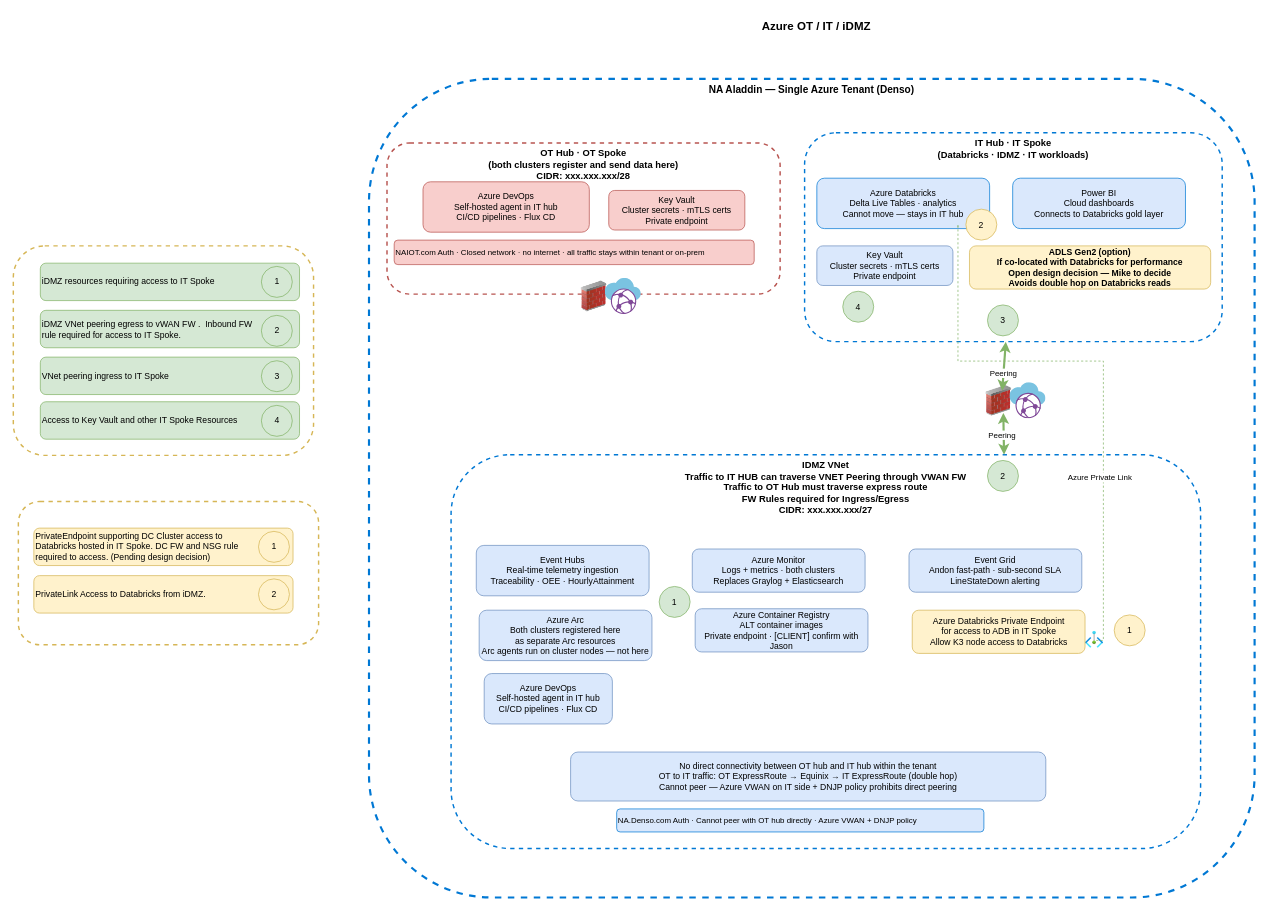
The draw.io diagram page "Data Flow iDMZ - IT" (3 of 3) of Cluster-Network-Topology.drawio in avinashr-insight/manufacturing-iot, before the edit. Source tidied: cells renumbered, new cells numbered last; positions are measured from the earlier drawing's top-left corner, leaving out a move shared by most shapes. Both pictures are drawn from the tidied source at 72%, with x=0, y=0 at pixel (13, 12).
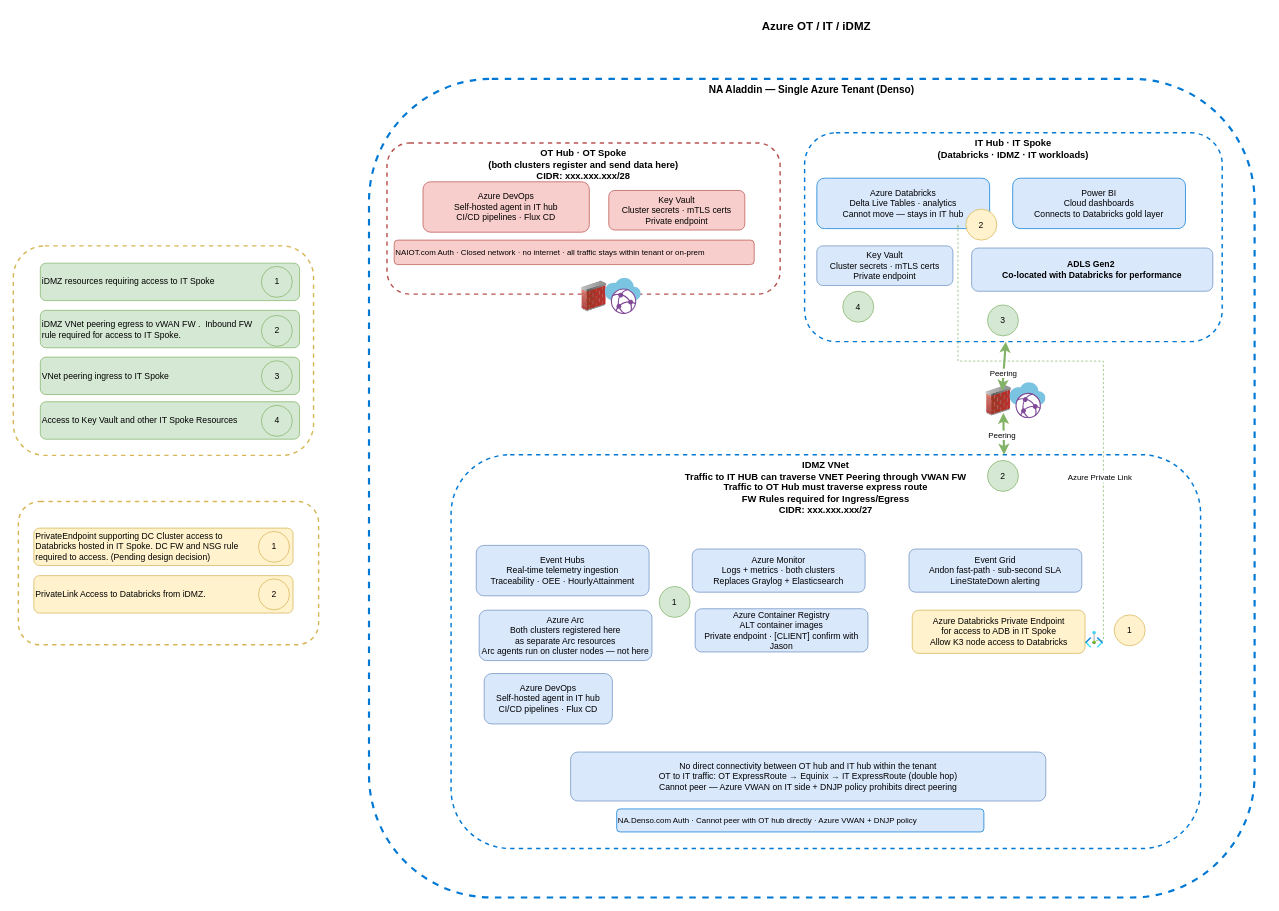
The same diagram, later.

Change to the diagram source:
```diff
@@
-    <mxCell id="17" value="ADLS Gen2 (option)&#10;If co-located with Databricks for performance&#10;Open design decision — Mike to decide&#10;Avoids double hop on Databricks reads" style="rounded=1;whiteSpace=wrap;html=1;fillColor=#fff2cc;strokeColor=#d6b656;fontSize=12;fontStyle=1;" parent="1" vertex="1">
-      <mxGeometry x="1328" y="324" width="335" height="60" as="geometry" />
-    </mxCell>
@@
+    <mxCell id="54" value="ADLS Gen2&amp;nbsp;&lt;div&gt;Co-located with Databricks for performance&lt;/div&gt;" style="rounded=1;whiteSpace=wrap;html=1;fillColor=#dae8fc;strokeColor=#6c8ebf;fontSize=12;fontStyle=1;" parent="1" vertex="1">
+      <mxGeometry x="1331" y="327" width="335" height="60" as="geometry" />
+    </mxCell>
```
